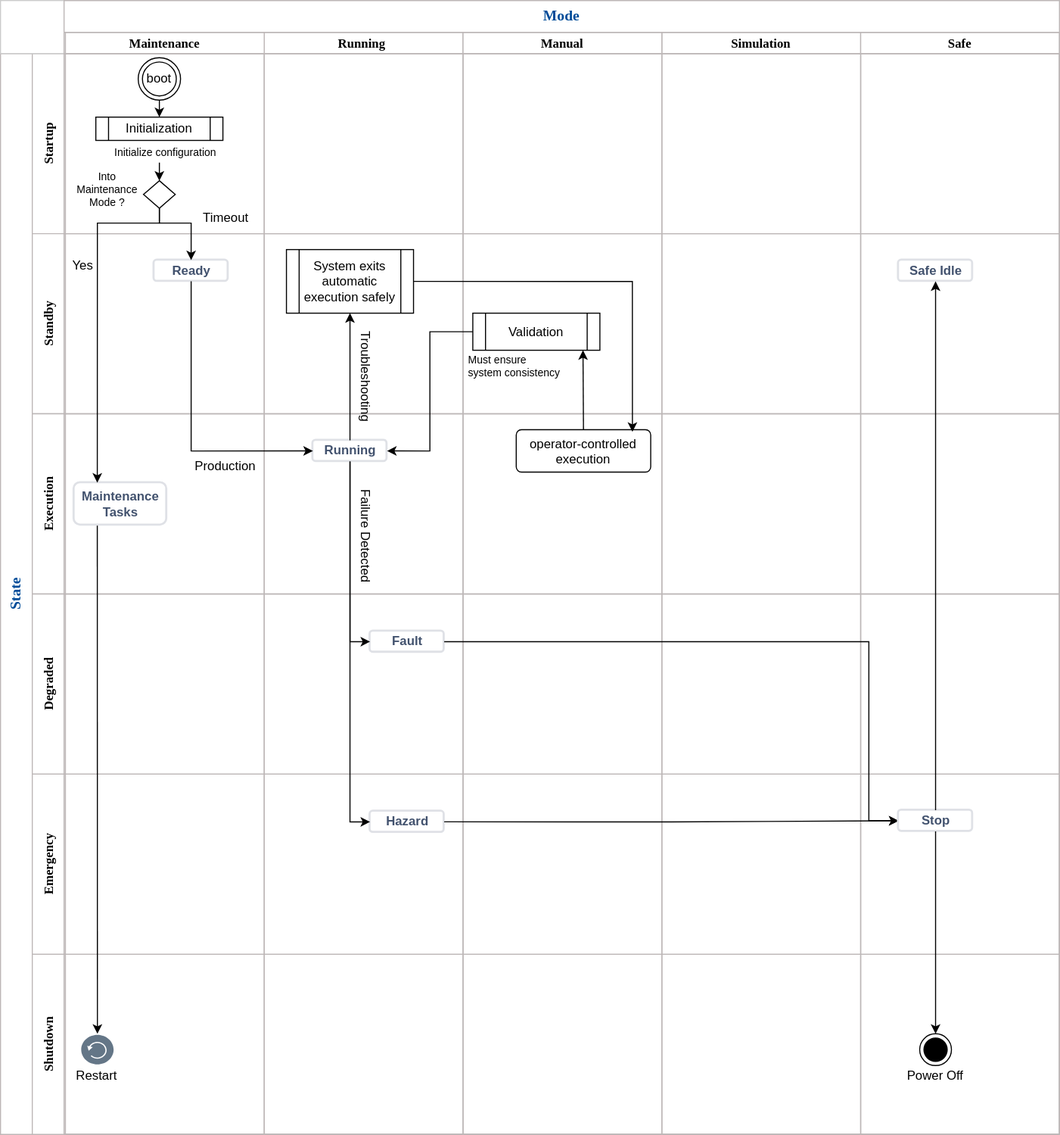
retamotome/AgileSoftwareProjectGuide keeps this draw.io diagram as BusinessDevelopmentPhase/System-Design-Considerations/img/Mode_State.svg. Above is the earlier version. Source tidied: cells renumbered, new cells last; positions are measured from the earlier drawing's top-left corner, leaving out a move shared by most shapes.
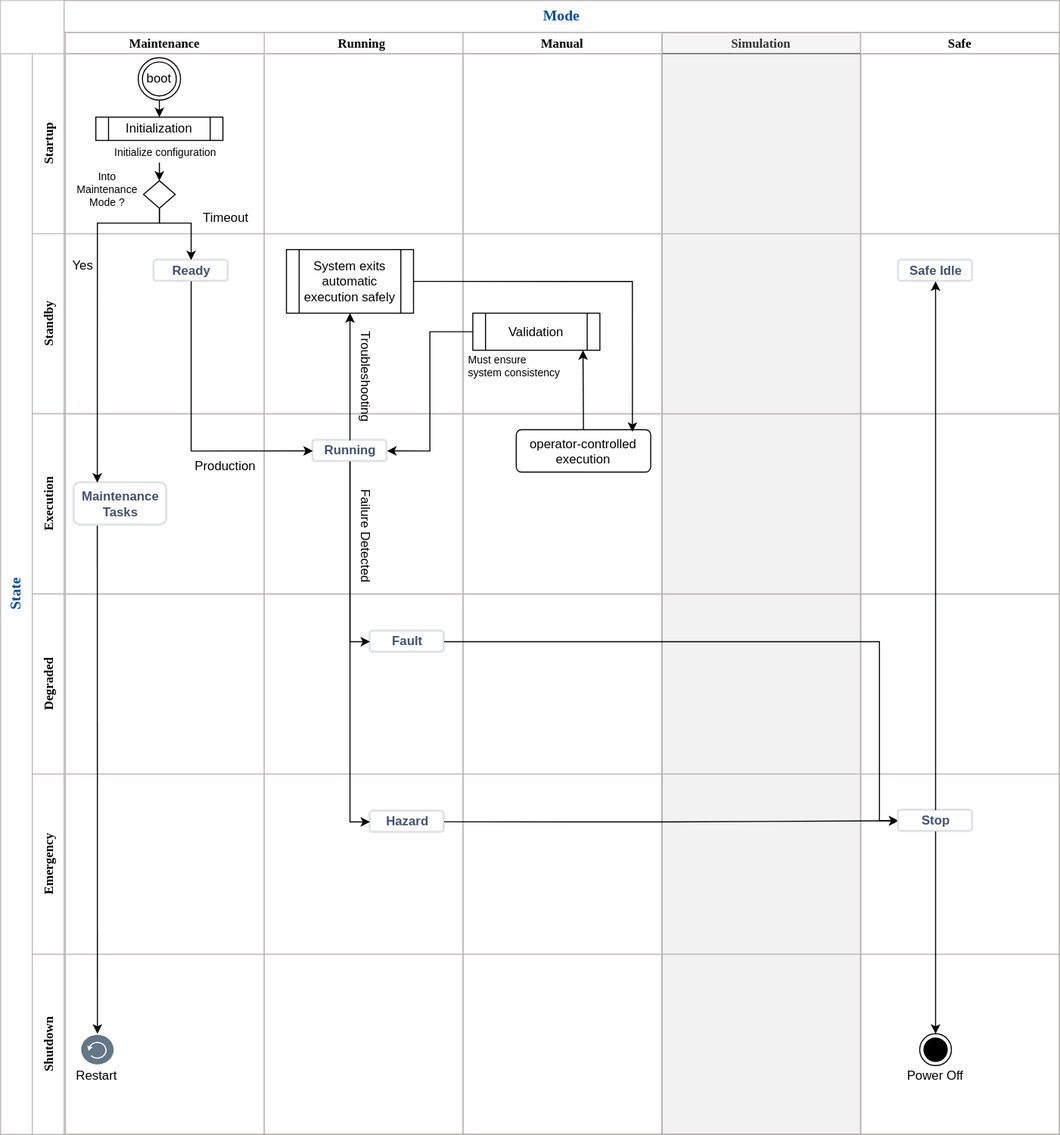
The same file after the commit.

Commit message:
Update decriptions and figures.

The edit, as a diff of the source:
```diff
@@ -11,7 +11,7 @@
     <mxCell id="4" value="Startup" style="swimlane;startSize=30;horizontal=0;fontColor=default;fontFamily=Verdana;strokeColor=light-dark(#bdb7b7, #ededed);" parent="3" vertex="1">
       <mxGeometry y="20" width="970" height="170" as="geometry" />
     </mxCell>
-    <mxCell id="5" value="Simulation" style="swimlane;startSize=20;fontFamily=Verdana;strokeColor=light-dark(#bdb7b7, #ededed);" parent="3" vertex="1">
+    <mxCell id="5" value="Simulation" style="swimlane;startSize=20;fontFamily=Verdana;strokeColor=#666666;fillColor=#f5f5f5;fontColor=#333333;swimlaneFillColor=#F2F2F2;" parent="3" vertex="1">
       <mxGeometry x="594.5" width="187.7" height="1040" as="geometry" />
     </mxCell>
     <mxCell id="6" value="Safe" style="swimlane;startSize=20;fontFamily=Verdana;strokeColor=light-dark(#bdb7b7, #ededed);" parent="3" vertex="1">
@@ -101,8 +101,8 @@
     <mxCell id="34" style="endArrow=classic;html=1;rounded=0;exitX=1;exitY=0.5;exitDx=0;exitDy=0;entryX=0;entryY=0.5;entryDx=0;entryDy=0;edgeStyle=orthogonalEdgeStyle;" parent="1" edge="1" source="27" target="53">
       <mxGeometry relative="1" as="geometry">
         <Array as="points">
-          <mxPoint x="820" y="605" />
-          <mxPoint x="820" y="774" />
+          <mxPoint x="830" y="605" />
+          <mxPoint x="830" y="774" />
         </Array>
       </mxGeometry>
     </mxCell>
```
